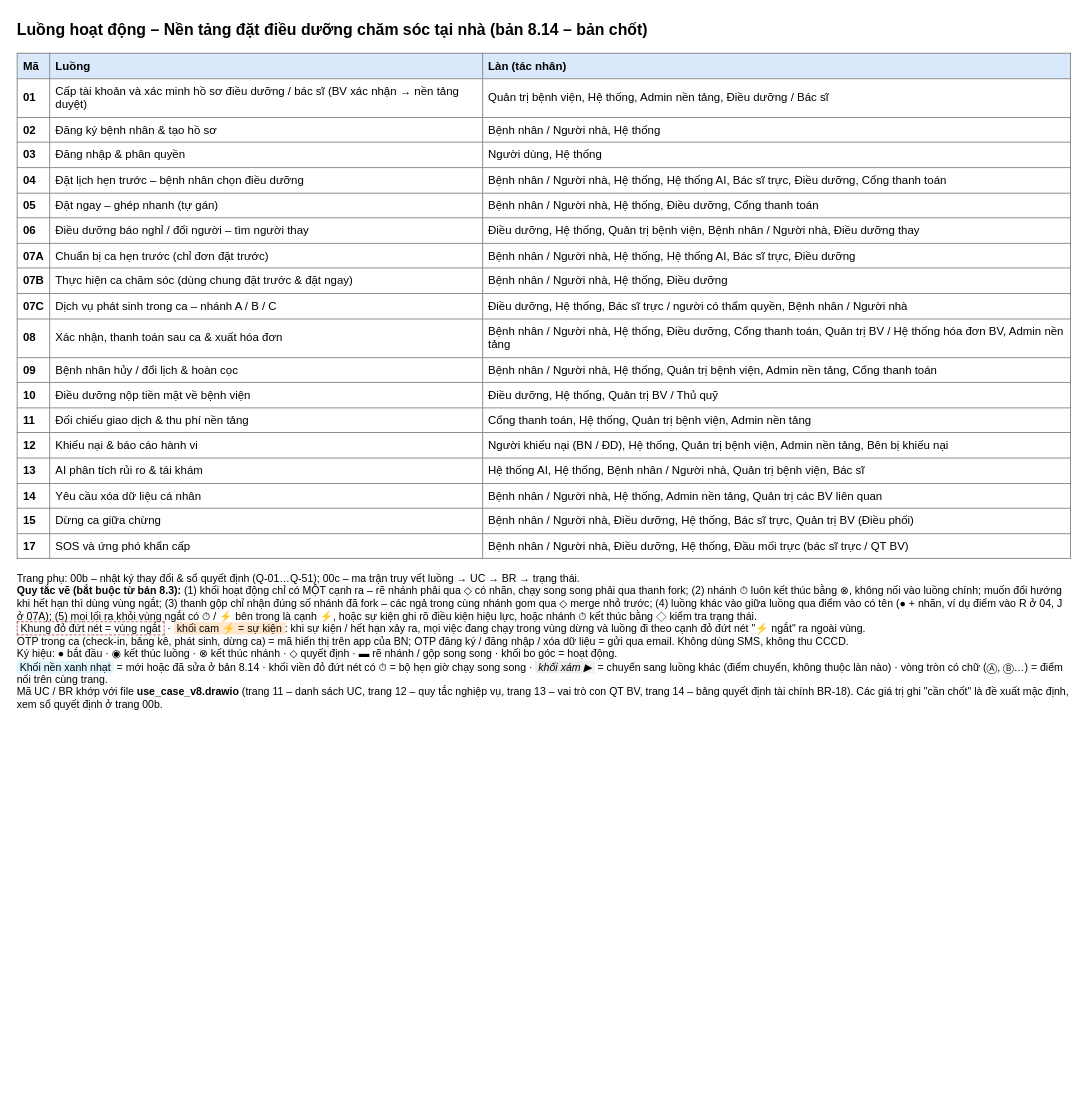
Above: page "00. Mục lục" (1 of 19) of docs/design/workflow_diagram.drawio in NguyenHuuPhuc-Dev21/HealthCareSystem (draw.io), before the change. Source tidied: cells renumbered, new cells numbered last; positions are measured from the earlier drawing's top-left corner, leaving out a move shared by most shapes. Both pictures are drawn from the tidied source at 88%, with x=0, y=0 at pixel (15, 15).
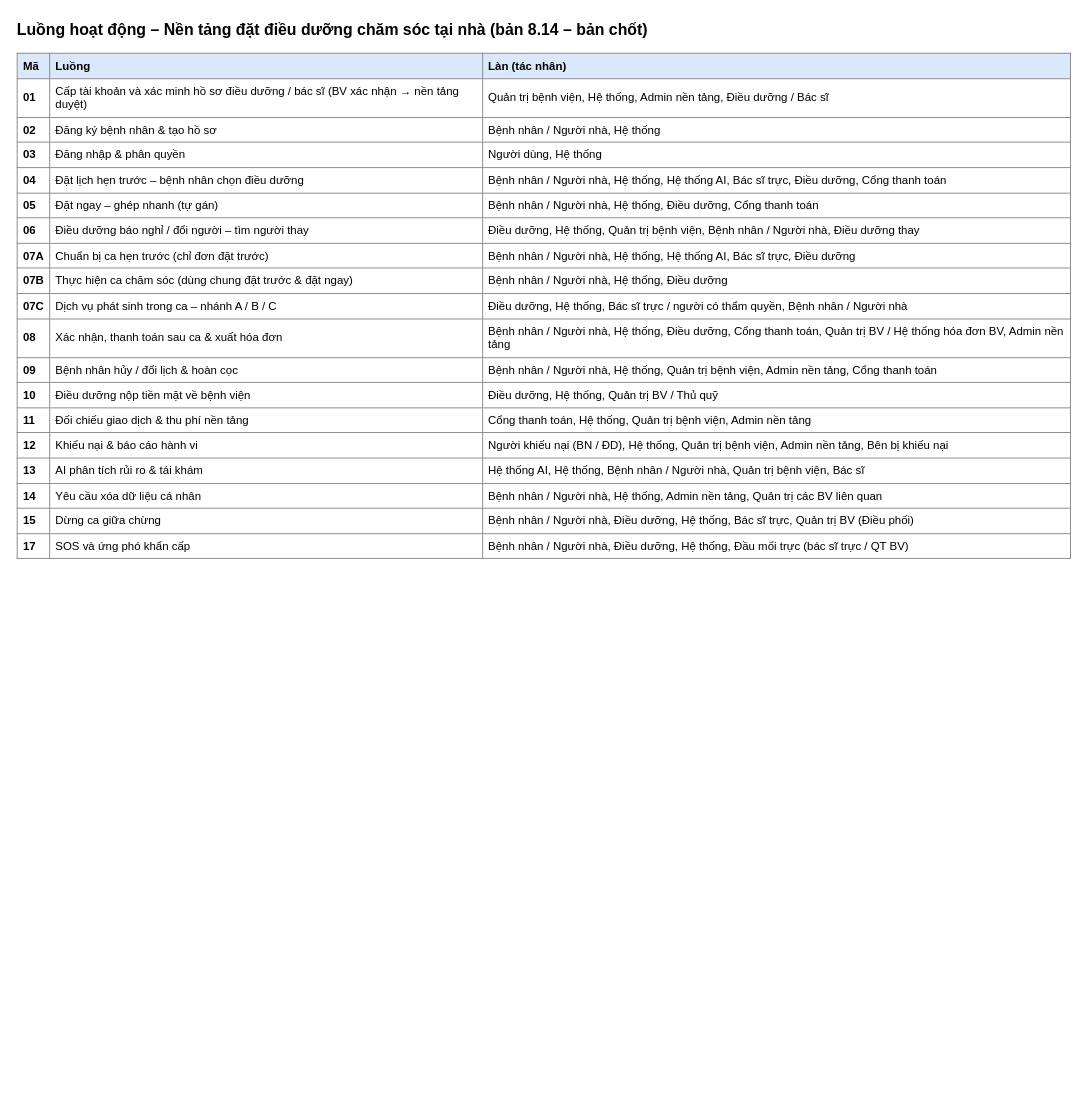
Above is the later version.

The edit, as a diff of the source:
```diff
@@
 <mxGraphModel>
   <root>
     <mxCell id="0" />
     <mxCell id="1" parent="0" />
-    <mxCell id="2" value="&lt;b style=&quot;font-size:18px&quot;&gt;Luồng hoạt động – Nền tảng đặt điều dưỡng chăm sóc tại nhà (bản 8.14 – bản chốt)&lt;/b&gt;&lt;br&gt;&lt;br&gt;&lt;table border=&quot;1&quot; cellpadding=&quot;6&quot; style=&quot;border-collapse:collapse;font-size:13px;&quot;&gt;&lt;tr style=&quot;background:#dae8fc;font-weight:bold&quot;&gt;&lt;td&gt;Mã&lt;/td&gt;&lt;td&gt;Luồng&lt;/td&gt;&lt;td&gt;Làn (tác nhân)&lt;/td&gt;&lt;/tr&gt;&lt;tr&gt;&lt;td&gt;&lt;b&gt;01&lt;/b&gt;&lt;/td&gt;&lt;td&gt;Cấp tài khoản và xác minh hồ sơ điều dưỡng / bác sĩ (BV xác nhận → nền tảng duyệt)&lt;/td&gt;&lt;td&gt;Quản trị bệnh viện, Hệ thống, Admin nền tảng, Điều dưỡng / Bác sĩ&lt;/td&gt;&lt;/tr&gt;&lt;tr&gt;&lt;td&gt;&lt;b&gt;02&lt;/b&gt;&lt;/td&gt;&lt;td&gt;Đăng ký bệnh nhân &amp;amp; tạo hồ sơ&lt;/td&gt;&lt;td&gt;Bệnh nhân / Người nhà, Hệ thống&lt;/td&gt;&lt;/tr&gt;&lt;tr&gt;&lt;td&gt;&lt;b&gt;03&lt;/b&gt;&lt;/td&gt;&lt;td&gt;Đăng nhập &amp;amp; phân quyền&lt;/td&gt;&lt;td&gt;Người dùng, Hệ thống&lt;/td&gt;&lt;/tr&gt;&lt;tr&gt;&lt;td&gt;&lt;b&gt;04&lt;/b&gt;&lt;/td&gt;&lt;td&gt;Đặt lịch hẹn trước – bệnh nhân chọn điều dưỡng&lt;/td&gt;&lt;td&gt;Bệnh nhân / Người nhà, Hệ thống, Hệ thống AI, Bác sĩ trực, Điều dưỡng, Cổng thanh toán&lt;/td&gt;&lt;/tr&gt;&lt;tr&gt;&lt;td&gt;&lt;b&gt;05&lt;/b&gt;&lt;/td&gt;&lt;td&gt;Đặt ngay – ghép nhanh (tự gán)&lt;/td&gt;&lt;td&gt;Bệnh nhân / Người nhà, Hệ thống, Điều dưỡng, Cổng thanh toán&lt;/td&gt;&lt;/tr&gt;&lt;tr&gt;&lt;td&gt;&lt;b&gt;06&lt;/b&gt;&lt;/td&gt;&lt;td&gt;Điều dưỡng báo nghỉ / đổi người – tìm người thay&lt;/td&gt;&lt;td&gt;Điều dưỡng, Hệ thống, Quản trị bệnh viện, Bệnh nhân / Người nhà, Điều dưỡng thay&lt;/td&gt;&lt;/tr&gt;&lt;tr&gt;&lt;td&gt;&lt;b&gt;07A&lt;/b&gt;&lt;/td&gt;&lt;td&gt;Chuẩn bị ca hẹn trước (chỉ đơn đặt trước)&lt;/td&gt;&lt;td&gt;Bệnh nhân / Người nhà, Hệ thống, Hệ thống AI, Bác sĩ trực, Điều dưỡng&lt;/td&gt;&lt;/tr&gt;&lt;tr&gt;&lt;td&gt;&lt;b&gt;07B&lt;/b&gt;&lt;/td&gt;&lt;td&gt;Thực hiện ca chăm sóc (dùng chung đặt trước &amp;amp; đặt ngay)&lt;/td&gt;&lt;td&gt;Bệnh nhân / Người nhà, Hệ thống, Điều dưỡng&lt;/td&gt;&lt;/tr&gt;&lt;tr&gt;&lt;td&gt;&lt;b&gt;07C&lt;/b&gt;&lt;/td&gt;&lt;td&gt;Dịch vụ phát sinh trong ca – nhánh A / B / C&lt;/td&gt;&lt;td&gt;Điều dưỡng, Hệ thống, Bác sĩ trực / người có thẩm quyền, Bệnh nhân / Người nhà&lt;/td&gt;&lt;/tr&gt;&lt;tr&gt;&lt;td&gt;&lt;b&gt;08&lt;/b&gt;&lt;/td&gt;&lt;td&gt;Xác nhận, thanh toán sau ca &amp;amp; xuất hóa đơn&lt;/td&gt;&lt;td&gt;Bệnh nhân / Người nhà, Hệ thống, Điều dưỡng, Cổng thanh toán, Quản trị BV / Hệ thống hóa đơn BV, Admin nền tảng&lt;/td&gt;&lt;/tr&gt;&lt;tr&gt;&lt;td&gt;&lt;b&gt;09&lt;/b&gt;&lt;/td&gt;&lt;td&gt;Bệnh nhân hủy / đổi lịch &amp;amp; hoàn cọc&lt;/td&gt;&lt;td&gt;Bệnh nhân / Người nhà, Hệ thống, Quản trị bệnh viện, Admin nền tảng, Cổng thanh toán&lt;/td&gt;&lt;/tr&gt;&lt;tr&gt;&lt;td&gt;&lt;b&gt;10&lt;/b&gt;&lt;/td&gt;&lt;td&gt;Điều dưỡng nộp tiền mặt về bệnh viện&lt;/td&gt;&lt;td&gt;Điều dưỡng, Hệ thống, Quản trị BV / Thủ quỹ&lt;/td&gt;&lt;/tr&gt;&lt;tr&gt;&lt;td&gt;&lt;b&gt;11&lt;/b&gt;&lt;/td&gt;&lt;td&gt;Đối chiếu giao dịch &amp;amp; thu phí nền tảng&lt;/td&gt;&lt;td&gt;Cổng thanh toán, Hệ thống, Quản trị bệnh viện, Admin nền tảng&lt;/td&gt;&lt;/tr&gt;&lt;tr&gt;&lt;td&gt;&lt;b&gt;12&lt;/b&gt;&lt;/td&gt;&lt;td&gt;Khiếu nại &amp;amp; báo cáo hành vi&lt;/td&gt;&lt;td&gt;Người khiếu nại (BN / ĐD), Hệ thống, Quản trị bệnh viện, Admin nền tảng, Bên bị khiếu nại&lt;/td&gt;&lt;/tr&gt;&lt;tr&gt;&lt;td&gt;&lt;b&gt;13&lt;/b&gt;&lt;/td&gt;&lt;td&gt;AI phân tích rủi ro &amp;amp; tái khám&lt;/td&gt;&lt;td&gt;Hệ thống AI, Hệ thống, Bệnh nhân / Người nhà, Quản trị bệnh viện, Bác sĩ&lt;/td&gt;&lt;/tr&gt;&lt;tr&gt;&lt;td&gt;&lt;b&gt;14&lt;/b&gt;&lt;/td&gt;&lt;td&gt;Yêu cầu xóa dữ liệu cá nhân&lt;/td&gt;&lt;td&gt;Bệnh nhân / Người nhà, Hệ thống, Admin nền tảng, Quản trị các BV liên quan&lt;/td&gt;&lt;/tr&gt;&lt;tr&gt;&lt;td&gt;&lt;b&gt;15&lt;/b&gt;&lt;/td&gt;&lt;td&gt;Dừng ca giữa chừng&lt;/td&gt;&lt;td&gt;Bệnh nhân / Người nhà, Điều dưỡng, Hệ thống, Bác sĩ trực, Quản trị BV (Điều phối)&lt;/td&gt;&lt;/tr&gt;&lt;tr&gt;&lt;td&gt;&lt;b&gt;17&lt;/b&gt;&lt;/td&gt;&lt;td&gt;SOS và ứng phó khẩn cấp&lt;/td&gt;&lt;td&gt;Bệnh nhân / Người nhà, Điều dưỡng, Hệ thống, Đầu mối trực (bác sĩ trực / QT BV)&lt;/td&gt;&lt;/tr&gt;&lt;/table&gt;&lt;br&gt;Trang phụ: 00b – nhật ký thay đổi &amp;amp; sổ quyết định (Q-01…Q-51); 00c – ma trận truy vết luồng → UC → BR → trạng thái.&lt;br&gt;&lt;b&gt;Quy tắc vẽ (bắt buộc từ bản 8.3):&lt;/b&gt; (1) khối hoạt động chỉ có MỘT cạnh ra – rẽ nhánh phải qua ◇ có nhãn, chạy song song phải qua thanh fork; (2) nhánh ⏱ luôn kết thúc bằng ⊗, không nối vào luồng chính; muốn đổi hướng khi hết hạn thì dùng vùng ngắt; (3) thanh gộp chỉ nhận đúng số nhánh đã fork – các ngả trong cùng nhánh gom qua ◇ merge nhỏ trước; (4) luồng khác vào giữa luồng qua điểm vào có tên (● + nhãn, ví dụ điểm vào R ở 04, J ở 07A); (5) mọi lối ra khỏi vùng ngắt có ⏱ / ⚡ bên trong là cạnh ⚡, hoặc sự kiện ghi rõ điều kiện hiệu lực, hoặc nhánh ⏱ kết thúc bằng ◇ kiểm tra trạng thái.&lt;br&gt;&lt;span style=&quot;border:1px dashed #b85450&quot;&gt;&amp;nbsp;Khung đỏ đứt nét = vùng ngắt&amp;nbsp;&lt;/span&gt; · &lt;span style=&quot;background:#ffe6cc&quot;&gt;&amp;nbsp;khối cam ⚡ = sự kiện&amp;nbsp;&lt;/span&gt;: khi sự kiện / hết hạn xảy ra, mọi việc đang chạy trong vùng dừng và luồng đi theo cạnh đỏ đứt nét &quot;⚡ ngắt&quot; ra ngoài vùng.&lt;br&gt;OTP trong ca (check-in, bảng kê, phát sinh, dừng ca) = mã hiển thị trên app của BN; OTP đăng ký / đăng nhập / xóa dữ liệu = gửi qua email. Không dùng SMS, không thu CCCD.&lt;br&gt;Ký hiệu: ● bắt đầu · ◉ kết thúc luồng · ⊗ kết thúc nhánh · ◇ quyết định · ▬ rẽ nhánh / gộp song song · khối bo góc = hoạt động.&lt;br&gt;&lt;span style=&quot;background:#e1f5fe&quot;&gt;&amp;nbsp;Khối nền xanh nhạt&amp;nbsp;&lt;/span&gt; = mới hoặc đã sửa ở bản 8.14 · khối viền đỏ đứt nét có ⏱ = bộ hẹn giờ chạy song song · &lt;span style=&quot;background:#eeeeee&quot;&gt;&lt;i&gt;&amp;nbsp;khối xám ▶&amp;nbsp;&lt;/i&gt;&lt;/span&gt; = chuyển sang luồng khác (điểm chuyển, không thuộc làn nào) · vòng tròn có chữ (Ⓐ, Ⓑ…) = điểm nối trên cùng trang.&lt;br&gt;Mã UC / BR khớp với file &lt;b&gt;use_case_v8.drawio&lt;/b&gt; (trang 11 – danh sách UC, trang 12 – quy tắc nghiệp vụ, trang 13 – vai trò con QT BV, trang 14 – bảng quyết định tài chính BR-18). Các giá trị ghi &quot;cần chốt&quot; là đề xuất mặc định, xem sổ quyết định ở trang 00b." style="text;html=1;align=left;verticalAlign=top;whiteSpace=wrap;" parent="1" vertex="1">
+    <mxCell id="2" value="&lt;b style=&quot;font-size:18px&quot;&gt;Luồng hoạt động – Nền tảng đặt điều dưỡng chăm sóc tại nhà (bản 8.14 – bản chốt)&lt;/b&gt;&lt;br&gt;&lt;br&gt;&lt;table border=&quot;1&quot; cellpadding=&quot;6&quot; style=&quot;border-collapse:collapse;font-size:13px;&quot;&gt;&lt;tbody&gt;&lt;tr style=&quot;background:#dae8fc;font-weight:bold&quot;&gt;&lt;td&gt;Mã&lt;/td&gt;&lt;td&gt;Luồng&lt;/td&gt;&lt;td&gt;Làn (tác nhân)&lt;/td&gt;&lt;/tr&gt;&lt;tr&gt;&lt;td&gt;&lt;b&gt;01&lt;/b&gt;&lt;/td&gt;&lt;td&gt;Cấp tài khoản và xác minh hồ sơ điều dưỡng / bác sĩ (BV xác nhận → nền tảng duyệt)&lt;/td&gt;&lt;td&gt;Quản trị bệnh viện, Hệ thống, Admin nền tảng, Điều dưỡng / Bác sĩ&lt;/td&gt;&lt;/tr&gt;&lt;tr&gt;&lt;td&gt;&lt;b&gt;02&lt;/b&gt;&lt;/td&gt;&lt;td&gt;Đăng ký bệnh nhân &amp;amp; tạo hồ sơ&lt;/td&gt;&lt;td&gt;Bệnh nhân / Người nhà, Hệ thống&lt;/td&gt;&lt;/tr&gt;&lt;tr&gt;&lt;td&gt;&lt;b&gt;03&lt;/b&gt;&lt;/td&gt;&lt;td&gt;Đăng nhập &amp;amp; phân quyền&lt;/td&gt;&lt;td&gt;Người dùng, Hệ thống&lt;/td&gt;&lt;/tr&gt;&lt;tr&gt;&lt;td&gt;&lt;b&gt;04&lt;/b&gt;&lt;/td&gt;&lt;td&gt;Đặt lịch hẹn trước – bệnh nhân chọn điều dưỡng&lt;/td&gt;&lt;td&gt;Bệnh nhân / Người nhà, Hệ thống, Hệ thống AI, Bác sĩ trực, Điều dưỡng, Cổng thanh toán&lt;/td&gt;&lt;/tr&gt;&lt;tr&gt;&lt;td&gt;&lt;b&gt;05&lt;/b&gt;&lt;/td&gt;&lt;td&gt;Đặt ngay – ghép nhanh (tự gán)&lt;/td&gt;&lt;td&gt;Bệnh nhân / Người nhà, Hệ thống, Điều dưỡng, Cổng thanh toán&lt;/td&gt;&lt;/tr&gt;&lt;tr&gt;&lt;td&gt;&lt;b&gt;06&lt;/b&gt;&lt;/td&gt;&lt;td&gt;Điều dưỡng báo nghỉ / đổi người – tìm người thay&lt;/td&gt;&lt;td&gt;Điều dưỡng, Hệ thống, Quản trị bệnh viện, Bệnh nhân / Người nhà, Điều dưỡng thay&lt;/td&gt;&lt;/tr&gt;&lt;tr&gt;&lt;td&gt;&lt;b&gt;07A&lt;/b&gt;&lt;/td&gt;&lt;td&gt;Chuẩn bị ca hẹn trước (chỉ đơn đặt trước)&lt;/td&gt;&lt;td&gt;Bệnh nhân / Người nhà, Hệ thống, Hệ thống AI, Bác sĩ trực, Điều dưỡng&lt;/td&gt;&lt;/tr&gt;&lt;tr&gt;&lt;td&gt;&lt;b&gt;07B&lt;/b&gt;&lt;/td&gt;&lt;td&gt;Thực hiện ca chăm sóc (dùng chung đặt trước &amp;amp; đặt ngay)&lt;/td&gt;&lt;td&gt;Bệnh nhân / Người nhà, Hệ thống, Điều dưỡng&lt;/td&gt;&lt;/tr&gt;&lt;tr&gt;&lt;td&gt;&lt;b&gt;07C&lt;/b&gt;&lt;/td&gt;&lt;td&gt;Dịch vụ phát sinh trong ca – nhánh A / B / C&lt;/td&gt;&lt;td&gt;Điều dưỡng, Hệ thống, Bác sĩ trực / người có thẩm quyền, Bệnh nhân / Người nhà&lt;/td&gt;&lt;/tr&gt;&lt;tr&gt;&lt;td&gt;&lt;b&gt;08&lt;/b&gt;&lt;/td&gt;&lt;td&gt;Xác nhận, thanh toán sau ca &amp;amp; xuất hóa đơn&lt;/td&gt;&lt;td&gt;Bệnh nhân / Người nhà, Hệ thống, Điều dưỡng, Cổng thanh toán, Quản trị BV / Hệ thống hóa đơn BV, Admin nền tảng&lt;/td&gt;&lt;/tr&gt;&lt;tr&gt;&lt;td&gt;&lt;b&gt;09&lt;/b&gt;&lt;/td&gt;&lt;td&gt;Bệnh nhân hủy / đổi lịch &amp;amp; hoàn cọc&lt;/td&gt;&lt;td&gt;Bệnh nhân / Người nhà, Hệ thống, Quản trị bệnh viện, Admin nền tảng, Cổng thanh toán&lt;/td&gt;&lt;/tr&gt;&lt;tr&gt;&lt;td&gt;&lt;b&gt;10&lt;/b&gt;&lt;/td&gt;&lt;td&gt;Điều dưỡng nộp tiền mặt về bệnh viện&lt;/td&gt;&lt;td&gt;Điều dưỡng, Hệ thống, Quản trị BV / Thủ quỹ&lt;/td&gt;&lt;/tr&gt;&lt;tr&gt;&lt;td&gt;&lt;b&gt;11&lt;/b&gt;&lt;/td&gt;&lt;td&gt;Đối chiếu giao dịch &amp;amp; thu phí nền tảng&lt;/td&gt;&lt;td&gt;Cổng thanh toán, Hệ thống, Quản trị bệnh viện, Admin nền tảng&lt;/td&gt;&lt;/tr&gt;&lt;tr&gt;&lt;td&gt;&lt;b&gt;12&lt;/b&gt;&lt;/td&gt;&lt;td&gt;Khiếu nại &amp;amp; báo cáo hành vi&lt;/td&gt;&lt;td&gt;Người khiếu nại (BN / ĐD), Hệ thống, Quản trị bệnh viện, Admin nền tảng, Bên bị khiếu nại&lt;/td&gt;&lt;/tr&gt;&lt;tr&gt;&lt;td&gt;&lt;b&gt;13&lt;/b&gt;&lt;/td&gt;&lt;td&gt;AI phân tích rủi ro &amp;amp; tái khám&lt;/td&gt;&lt;td&gt;Hệ thống AI, Hệ thống, Bệnh nhân / Người nhà, Quản trị bệnh viện, Bác sĩ&lt;/td&gt;&lt;/tr&gt;&lt;tr&gt;&lt;td&gt;&lt;b&gt;14&lt;/b&gt;&lt;/td&gt;&lt;td&gt;Yêu cầu xóa dữ liệu cá nhân&lt;/td&gt;&lt;td&gt;Bệnh nhân / Người nhà, Hệ thống, Admin nền tảng, Quản trị các BV liên quan&lt;/td&gt;&lt;/tr&gt;&lt;tr&gt;&lt;td&gt;&lt;b&gt;15&lt;/b&gt;&lt;/td&gt;&lt;td&gt;Dừng ca giữa chừng&lt;/td&gt;&lt;td&gt;Bệnh nhân / Người nhà, Điều dưỡng, Hệ thống, Bác sĩ trực, Quản trị BV (Điều phối)&lt;/td&gt;&lt;/tr&gt;&lt;tr&gt;&lt;td&gt;&lt;b&gt;17&lt;/b&gt;&lt;/td&gt;&lt;td&gt;SOS và ứng phó khẩn cấp&lt;/td&gt;&lt;td&gt;Bệnh nhân / Người nhà, Điều dưỡng, Hệ thống, Đầu mối trực (bác sĩ trực / QT BV)&lt;/td&gt;&lt;/tr&gt;&lt;/tbody&gt;&lt;/table&gt;&lt;div&gt;&lt;br/&gt;&lt;/div&gt;" style="text;html=1;align=left;verticalAlign=top;whiteSpace=wrap;" parent="1" vertex="1">
       <mxGeometry width="1200" height="1220" as="geometry" />
     </mxCell>
   </root>
 </mxGraphModel>
```
